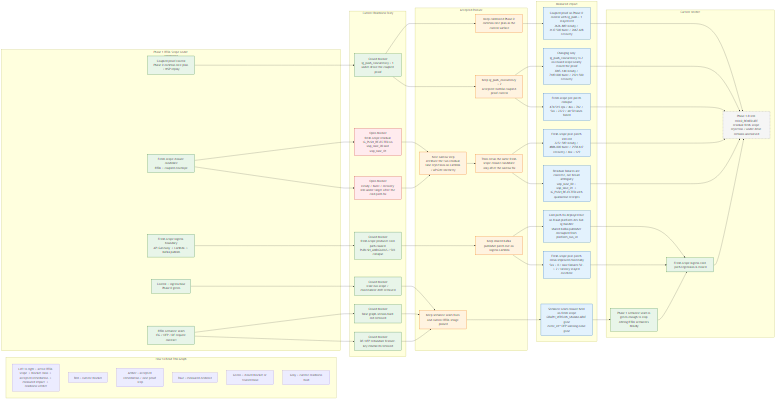
This is docs/design/platform/dev_full/graph/readiness/dev_full_rtdl_readiness_delta_current_v0.mermaid.png from EsosaOrumwese/fraud-detection-system, a Mermaid export, as it was before one commit. Its source is kept beside it as docs/design/platform/dev_full/graph/readiness/dev_full_rtdl_readiness_delta_current_v0.mermaid.mmd.
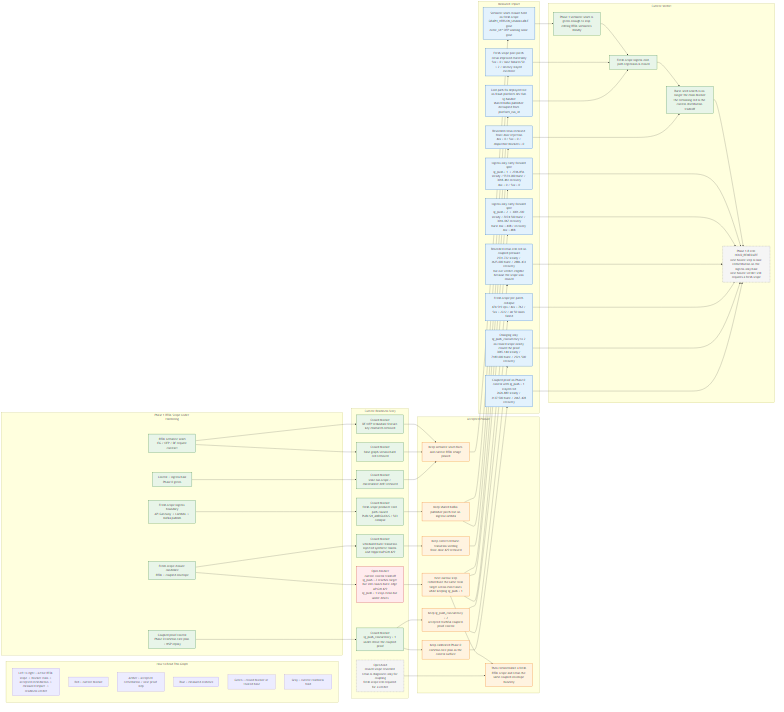
After the commit.

Commit message:
Tighten Phase1 control attribution and doc discipline

Change to the diagram source:
```diff
@@ -28,8 +28,9 @@
     B3["Closed blocker<br>DF/OFP redundant feature-key mismatch removed"]
     B4["Closed blocker<br>ig_push_concurrency = 1 under-drove the coupled proof"]
     B5["Closed blocker<br>fresh-scope producer cold-path caused PUBLISH_AMBIGUOUS / 503 collapse"]
-    B6["Open blocker<br>fresh-scope residual IG_PUSH_REJECTED on wsp_lane_00 and wsp_lane_01"]
-    B7["Open blocker<br>steady / burst / recovery still under target after the cold-path fix"]
+    B6["Closed blocker<br>scheduled burst transition injected synthetic tokens and tripped APIGW 429"]
+    B7["Open blocker<br>current control tradeoff<br>ig_push = 2 reaches target but still causes burst-edge APIGW 429<br>ig_push = 1 stays clean but under-drives"]
+    B8["Open hold<br>reused-scope reseeded rerun is diagnostic-only for coupling<br>fresh scope still required for a verdict"]
   end
 
   subgraph POSTURE["Accepted Posture"]
@@ -37,8 +38,9 @@
     P2["Keep calibrated Phase 0 common rate plan as the control surface"]
     P3["Keep ig_push_concurrency = 2<br>accepted truthful coupled-proof control"]
     P4["Keep shared Kafka publisher patch live on ingress Lambda"]
-    P5["Next narrow step<br>attribute the two residual lane rejections on Lambda / APIGW telemetry"]
-    P6["Then rerun the same fresh-scope closure candidate only after the narrow fix"]
+    P5["Keep corrected burst-transition seeding<br>front-door 429 removed"]
+    P6["Next narrow step<br>redistribute the same total target across more lanes while keeping ig_push = 1"]
+    P7["Then rematerialize a fresh RTDL scope and rerun the same coupled envelope honestly"]
   end
 
   subgraph EVIDENCE["Measured Impact"]
@@ -48,14 +50,17 @@
     E4["Fresh-scope pre-patch collapse<br>474.519 eps / 4xx = 762 / 5xx = 2222 / all 50 lanes failed"]
     E5["Cold-path fix deployed live on fraud-platform-dev-full-ig-handler<br>shared Kafka publisher decoupled from platform_run_id"]
     E6["Fresh-scope post-patch rerun improved materially<br>5xx = 0 / lane failures 50 -> 2 / latency stayed excellent"]
-    E7["Fresh-scope post-patch still red<br>2272.589 steady / 4886.000 burst / 2558.617 recovery / 4xx = 129"]
-    E8["Residual failures are concrete, not broad ambiguity<br>wsp_lane_00 + wsp_lane_01 -> IG_PUSH_REJECTED with quarantine receipts"]
+    E7["Reseeded rerun removed front-door rejection<br>4xx = 0 / 5xx = 0 / dispatcher blockers = 0"]
+    E8["Reseeded rerun still red on coupled pressure<br>2931.722 steady / 3625.000 burst / 2886.433 recovery<br>but not verdict-eligible because the scope was reused"]
+    E9["Ingress-only carry-forward split<br>ig_push = 2 -> 3001.200 steady / 7074.500 burst / 3016.067 recovery<br>burst 4xx = 408 / recovery 4xx = 488"]
+    E10["Ingress-only carry-forward split<br>ig_push = 1 -> 2936.856 steady / 5593.000 burst / 3018.461 recovery<br>4xx = 0 / 5xx = 0"]
   end
 
   subgraph VERDICT["Current Verdict"]
     V1["Phase 1 semantic seam is green enough to stop editing RTDL semantics blindly"]
     V2["Fresh-scope ingress cold-path regression is closed"]
-    V3["Phase 1.B still HOLD_REMEDIATE<br>residual fresh-scope rejection / under-drive remains unresolved"]
+    V3["Burst-seed search is no longer the main blocker<br>the remaining red is the control-distribution tradeoff"]
+    V4["Phase 1.B still HOLD_REMEDIATE<br>next honest step is lane redistribution on the ingress-only base<br>next honest verdict still requires a fresh scope"]
   end
 
   C0 --> B1
@@ -73,28 +78,34 @@
   B4 --> P3
   B5 --> P4
   B6 --> P5
-  B7 --> P5
-  P5 --> P6
+  B7 --> P6
+  B8 --> P7
+  P6 --> P7
 
   P1 --> E1
   P2 --> E2
   P3 --> E3
   P4 --> E5
   P4 --> E6
-  P6 --> E7
+  P5 --> E7
   P6 --> E8
+  P6 --> E9
+  P6 --> E10
   P3 --> E4
 
   E1 --> V1
   E5 --> V2
   E6 --> V2
-  E2 --> V3
-  E3 --> V3
-  E4 --> V3
   E7 --> V3
-  E8 --> V3
+  E2 --> V4
+  E3 --> V4
+  E4 --> V4
+  E8 --> V4
+  E9 --> V4
+  E10 --> V4
   V1 --> V2
   V2 --> V3
+  V3 --> V4
 
   classDef comp fill:#e8f5e9,stroke:#2e7d32,color:#111,stroke-width:1.3px;
   classDef defect fill:#ffebee,stroke:#c62828,color:#111,stroke-width:1.3px;
@@ -103,9 +114,10 @@
   classDef caveat fill:#f5f5f5,stroke:#616161,color:#111,stroke-dasharray: 5 3;
 
   class C0,C1,C2,C3,C4 comp;
-  class B1,B2,B3,B4,B5 comp;
-  class B6,B7 defect;
-  class P1,P2,P3,P4,P5,P6 fix;
-  class E1,E2,E3,E4,E5,E6,E7,E8 metric;
-  class V1,V2 comp;
-  class V3 caveat;
+  class B1,B2,B3,B4,B5,B6 comp;
+  class B7 defect;
+  class B8 caveat;
+  class P1,P2,P3,P4,P5,P6,P7 fix;
+  class E1,E2,E3,E4,E5,E6,E7,E8,E9,E10 metric;
+  class V1,V2,V3 comp;
+  class V4 caveat;
```
